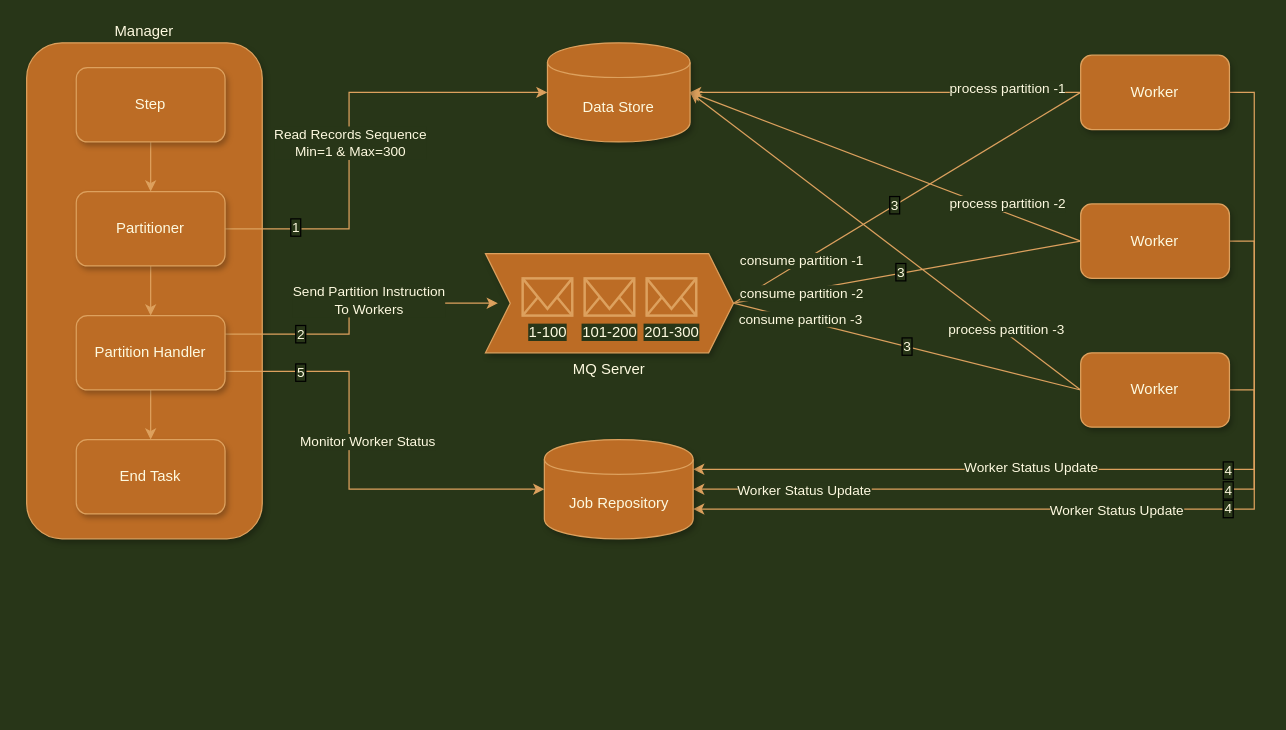
This is spring-batch-parallel-processing.drawio from selva-dharmaraj/draw, a draw.io file, before an edit. Source tidied: cells renumbered, new cells numbered last; positions are measured from the earlier drawing's top-left corner, leaving out a move shared by most shapes. Both pictures are drawn from the tidied source at 124%, with x=0, y=0 at pixel (26, 42).
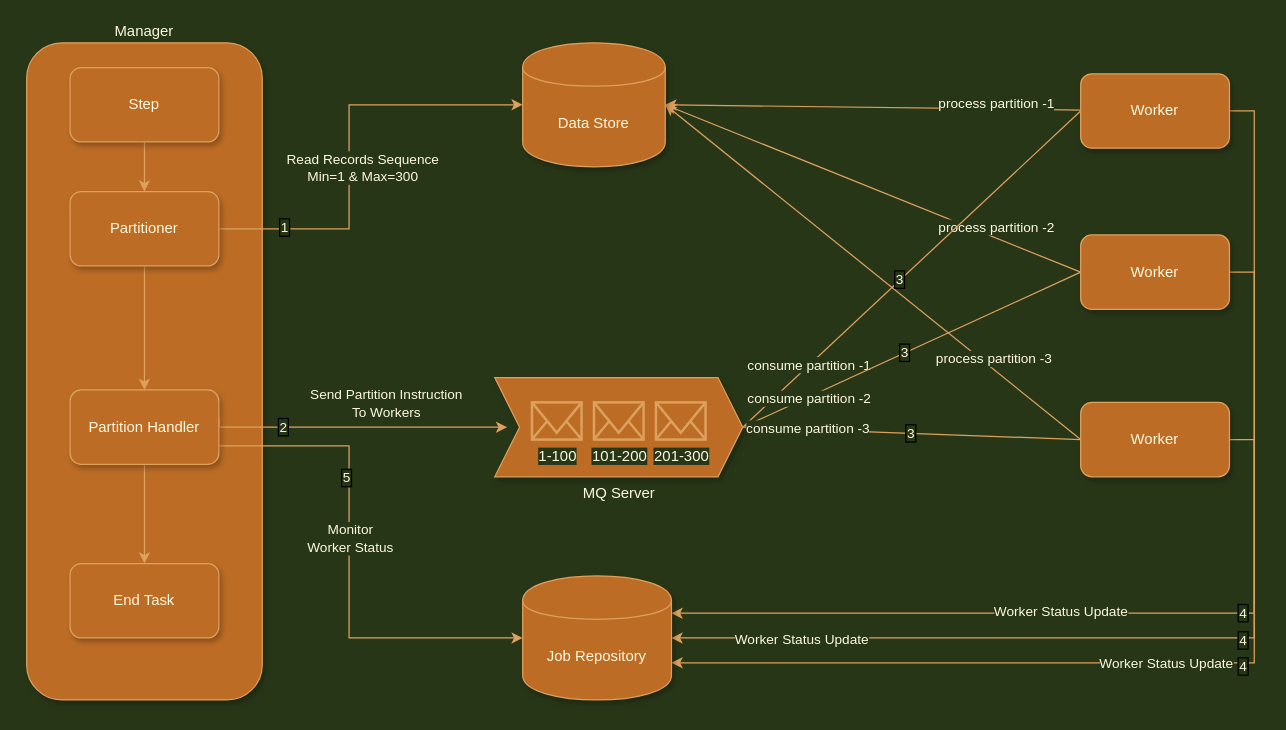
The same page after the edit.

The change refers to these unchanged cells:
```xml
<mxCell id="3" style="rounded=0;comic=0;jettySize=auto;html=1;entryX=1;entryY=0.3;entryDx=0;entryDy=0;exitX=1;exitY=0.5;exitDx=0;exitDy=0;edgeStyle=orthogonalEdgeStyle;labelBorderColor=none;labelBackgroundColor=#283618;strokeColor=#DDA15E;fontColor=#FEFAE0;" parent="1" edge="1" source="8" target="44">
  <mxGeometry relative="1" as="geometry" />
</mxCell>
<mxCell id="9" style="rounded=0;comic=0;jettySize=auto;html=1;entryX=1;entryY=0.7;entryDx=0;entryDy=0;exitX=1;exitY=0.5;exitDx=0;exitDy=0;edgeStyle=orthogonalEdgeStyle;labelBorderColor=none;labelBackgroundColor=#283618;strokeColor=#DDA15E;fontColor=#FEFAE0;" parent="1" edge="1" source="14" target="44">
  <mxGeometry relative="1" as="geometry" />
</mxCell>
<mxCell id="15" style="rounded=0;comic=0;jettySize=auto;html=1;entryX=1;entryY=0.5;entryDx=0;entryDy=0;exitX=1;exitY=0.5;exitDx=0;exitDy=0;elbow=vertical;edgeStyle=orthogonalEdgeStyle;labelBorderColor=none;labelBackgroundColor=#283618;strokeColor=#DDA15E;fontColor=#FEFAE0;" parent="1" edge="1" source="20" target="44">
  <mxGeometry relative="1" as="geometry" />
</mxCell>
```

The edit, as a diff of the source:
```diff
@@
     <mxCell id="2" value="Manager" style="rounded=1;whiteSpace=wrap;html=1;shadow=1;labelPosition=center;verticalLabelPosition=top;align=center;verticalAlign=bottom;labelBorderColor=none;fillColor=#BC6C25;strokeColor=#DDA15E;fontColor=#FEFAE0;" parent="1" vertex="1">
-      <mxGeometry width="190" height="400" as="geometry" />
+      <mxGeometry width="190" height="530" as="geometry" />
     </mxCell>
@@
     <mxCell id="5" value="4" style="edgeLabel;html=1;align=center;verticalAlign=middle;labelBorderColor=#000000;labelBackgroundColor=#283618;fontColor=#FEFAE0;" parent="3" vertex="1">
-      <mxGeometry x="-0.11" relative="1" as="geometry" />
+      <mxGeometry x="-0.11" relative="1" as="geometry">
+        <mxPoint x="-10" y="26" as="offset" />
+      </mxGeometry>
     </mxCell>
@@
     <mxCell id="8" value="Worker" style="rounded=1;whiteSpace=wrap;html=1;labelBorderColor=none;shadow=1;fillColor=#BC6C25;strokeColor=#DDA15E;fontColor=#FEFAE0;" parent="1" vertex="1">
-      <mxGeometry x="850" y="10" width="120" height="60" as="geometry" />
+      <mxGeometry x="850" y="25" width="120" height="60" as="geometry" />
     </mxCell>
@@
     <mxCell id="11" value="4" style="edgeLabel;html=1;align=center;verticalAlign=middle;labelBorderColor=#000000;labelBackgroundColor=#283618;fontColor=#FEFAE0;" parent="9" vertex="1">
-      <mxGeometry x="-0.25" y="-1" relative="1" as="geometry" />
+      <mxGeometry x="-0.25" y="-1" relative="1" as="geometry">
+        <mxPoint x="-9" y="35" as="offset" />
+      </mxGeometry>
     </mxCell>
@@
     <mxCell id="14" value="Worker" style="rounded=1;whiteSpace=wrap;html=1;labelBorderColor=none;shadow=1;fillColor=#BC6C25;strokeColor=#DDA15E;fontColor=#FEFAE0;" parent="1" vertex="1">
-      <mxGeometry x="850" y="130" width="120" height="60" as="geometry" />
+      <mxGeometry x="850" y="155" width="120" height="60" as="geometry" />
     </mxCell>
@@
     <mxCell id="17" value="4" style="edgeLabel;html=1;align=center;verticalAlign=middle;labelBorderColor=#000000;labelBackgroundColor=#283618;fontColor=#FEFAE0;" parent="15" vertex="1">
-      <mxGeometry x="-0.56" relative="1" as="geometry" />
+      <mxGeometry x="-0.56" relative="1" as="geometry">
+        <mxPoint x="-10" y="38" as="offset" />
+      </mxGeometry>
     </mxCell>
@@
     <mxCell id="20" value="Worker" style="rounded=1;whiteSpace=wrap;html=1;labelBorderColor=none;shadow=1;fillColor=#BC6C25;strokeColor=#DDA15E;fontColor=#FEFAE0;" parent="1" vertex="1">
-      <mxGeometry x="850" y="250" width="120" height="60" as="geometry" />
+      <mxGeometry x="850" y="290" width="120" height="60" as="geometry" />
     </mxCell>
@@
     <mxCell id="22" value="Step" style="rounded=1;whiteSpace=wrap;html=1;labelBorderColor=none;shadow=1;fillColor=#BC6C25;strokeColor=#DDA15E;fontColor=#FEFAE0;" parent="1" vertex="1">
-      <mxGeometry x="40" y="20" width="120" height="60" as="geometry" />
+      <mxGeometry x="35" y="20" width="120" height="60" as="geometry" />
     </mxCell>
@@
     <mxCell id="24" style="edgeStyle=orthogonalEdgeStyle;rounded=0;comic=0;jettySize=auto;html=1;entryX=0;entryY=0.5;entryDx=0;entryDy=0;labelBorderColor=none;labelBackgroundColor=#283618;strokeColor=#DDA15E;fontColor=#FEFAE0;" parent="1" edge="1" source="27" target="46">
       <mxGeometry relative="1" as="geometry">
         <Array as="points">
           <mxPoint x="260" y="150" />
-          <mxPoint x="260" y="40" />
+          <mxPoint x="260" y="50" />
         </Array>
       </mxGeometry>
     </mxCell>
     <mxCell id="25" value="Read Records Sequence&lt;br&gt;Min=1 &amp;amp; Max=300" style="edgeLabel;html=1;align=center;verticalAlign=middle;labelBorderColor=none;labelBackgroundColor=#283618;fontColor=#FEFAE0;" parent="24" vertex="1">
       <mxGeometry x="0.49" relative="1" as="geometry">
-        <mxPoint x="-65.4" y="40" as="offset" />
+        <mxPoint x="-42" y="50" as="offset" />
       </mxGeometry>
     </mxCell>
@@
     <mxCell id="27" value="Partitioner" style="rounded=1;whiteSpace=wrap;html=1;labelBorderColor=none;shadow=1;fillColor=#BC6C25;strokeColor=#DDA15E;fontColor=#FEFAE0;" parent="1" vertex="1">
-      <mxGeometry x="40" y="120" width="120" height="60" as="geometry" />
+      <mxGeometry x="35" y="120" width="120" height="60" as="geometry" />
     </mxCell>
-    <mxCell id="28" style="edgeStyle=orthogonalEdgeStyle;rounded=0;jettySize=auto;html=1;comic=0;entryX=0.05;entryY=0.5;entryDx=0;entryDy=0;entryPerimeter=0;labelBorderColor=none;exitX=1;exitY=0.25;exitDx=0;exitDy=0;labelBackgroundColor=#283618;strokeColor=#DDA15E;fontColor=#FEFAE0;" parent="1" edge="1" source="35" target="47">
+    <mxCell id="28" style="edgeStyle=orthogonalEdgeStyle;rounded=0;jettySize=auto;html=1;comic=0;entryX=0.05;entryY=0.5;entryDx=0;entryDy=0;entryPerimeter=0;labelBorderColor=none;labelBackgroundColor=#283618;strokeColor=#DDA15E;fontColor=#FEFAE0;exitX=1.003;exitY=0.375;exitDx=0;exitDy=0;exitPerimeter=0;" parent="1" edge="1" source="35" target="47">
       <mxGeometry relative="1" as="geometry">
         <Array as="points">
-          <mxPoint x="260" y="235" />
-          <mxPoint x="260" y="210" />
+          <mxPoint x="155" y="310" />
         </Array>
       </mxGeometry>
     </mxCell>
     <mxCell id="29" value="Send Partition Instruction&lt;br&gt;To Workers" style="edgeLabel;html=1;align=center;verticalAlign=middle;labelBorderColor=none;labelBackgroundColor=#283618;fontColor=#FEFAE0;" parent="28" vertex="1">
       <mxGeometry x="-0.17" y="-1" relative="1" as="geometry">
-        <mxPoint x="14" y="-26" as="offset" />
+        <mxPoint x="43" y="-21" as="offset" />
       </mxGeometry>
     </mxCell>
@@
     <mxCell id="32" style="edgeStyle=orthogonalEdgeStyle;rounded=0;comic=0;jettySize=auto;html=1;entryX=0;entryY=0.5;entryDx=0;entryDy=0;elbow=vertical;labelBorderColor=none;exitX=1;exitY=0.75;exitDx=0;exitDy=0;labelBackgroundColor=#283618;strokeColor=#DDA15E;fontColor=#FEFAE0;" parent="1" edge="1" source="35" target="44">
       <mxGeometry relative="1" as="geometry">
         <Array as="points">
-          <mxPoint x="260" y="265" />
-          <mxPoint x="260" y="360" />
+          <mxPoint x="260" y="325" />
+          <mxPoint x="260" y="480" />
         </Array>
       </mxGeometry>
     </mxCell>
-    <mxCell id="33" value="Monitor Worker Status" style="edgeLabel;html=1;align=center;verticalAlign=middle;labelBorderColor=none;labelBackgroundColor=#283618;fontColor=#FEFAE0;" parent="32" vertex="1">
+    <mxCell id="33" value="Monitor&lt;br&gt;Worker Status" style="edgeLabel;html=1;align=center;verticalAlign=middle;labelBorderColor=none;labelBackgroundColor=#283618;fontColor=#FEFAE0;" parent="32" vertex="1">
       <mxGeometry x="-0.03" y="5" relative="1" as="geometry">
-        <mxPoint x="9.4" y="-15" as="offset" />
+        <mxPoint x="-5" y="-15" as="offset" />
       </mxGeometry>
     </mxCell>
     <mxCell id="34" value="5" style="edgeLabel;html=1;align=center;verticalAlign=middle;labelBorderColor=#000000;labelBackgroundColor=#283618;fontColor=#FEFAE0;" parent="32" vertex="1">
-      <mxGeometry x="-0.66" relative="1" as="geometry" />
+      <mxGeometry x="-0.66" relative="1" as="geometry">
+        <mxPoint x="34" y="25" as="offset" />
+      </mxGeometry>
     </mxCell>
     <mxCell id="35" value="Partition Handler" style="rounded=1;whiteSpace=wrap;html=1;labelBorderColor=none;shadow=1;fillColor=#BC6C25;strokeColor=#DDA15E;fontColor=#FEFAE0;" parent="1" vertex="1">
-      <mxGeometry x="40" y="220" width="120" height="60" as="geometry" />
+      <mxGeometry x="35" y="280" width="120" height="60" as="geometry" />
     </mxCell>
@@
     <mxCell id="44" value="Job Repository" style="shape=cylinder;whiteSpace=wrap;html=1;boundedLbl=1;backgroundOutline=1;shadow=1;labelBorderColor=none;fillColor=#BC6C25;strokeColor=#DDA15E;fontColor=#FEFAE0;" parent="1" vertex="1">
-      <mxGeometry x="417.5" y="320" width="120" height="80" as="geometry" />
+      <mxGeometry x="400" y="430" width="120" height="100" as="geometry" />
     </mxCell>
     <mxCell id="45" value="End Task" style="rounded=1;whiteSpace=wrap;html=1;shadow=1;labelBorderColor=none;fillColor=#BC6C25;strokeColor=#DDA15E;fontColor=#FEFAE0;" parent="1" vertex="1">
-      <mxGeometry x="40" y="320" width="120" height="60" as="geometry" />
+      <mxGeometry x="35" y="420" width="120" height="60" as="geometry" />
     </mxCell>
     <mxCell id="46" value="Data Store" style="shape=cylinder;whiteSpace=wrap;html=1;boundedLbl=1;backgroundOutline=1;shadow=1;labelBorderColor=none;fillColor=#BC6C25;strokeColor=#DDA15E;fontColor=#FEFAE0;" parent="1" vertex="1">
-      <mxGeometry x="420" width="115" height="80" as="geometry" />
+      <mxGeometry x="400" width="115" height="100" as="geometry" />
     </mxCell>
     <mxCell id="47" value="MQ Server" style="shape=step;perimeter=stepPerimeter;whiteSpace=wrap;html=1;fixedSize=1;shadow=1;labelPosition=center;verticalLabelPosition=bottom;align=center;verticalAlign=top;labelBorderColor=none;fillColor=#BC6C25;strokeColor=#DDA15E;fontColor=#FEFAE0;" parent="1" vertex="1">
-      <mxGeometry x="370" y="170" width="200" height="80" as="geometry" />
+      <mxGeometry x="377.5" y="270" width="200" height="80" as="geometry" />
     </mxCell>
     <mxCell id="48" value="1-100" style="html=1;verticalLabelPosition=bottom;align=center;verticalAlign=top;strokeWidth=2;strokeColor=#DDA15E;shadow=0;dashed=0;shape=mxgraph.ios7.icons.mail;labelBorderColor=none;labelBackgroundColor=#283618;fillColor=#BC6C25;fontColor=#FEFAE0;" parent="1" vertex="1">
-      <mxGeometry x="400" y="190" width="40" height="30" as="geometry" />
+      <mxGeometry x="407.5" y="290" width="40" height="30" as="geometry" />
     </mxCell>
     <mxCell id="49" value="101-200" style="html=1;verticalLabelPosition=bottom;align=center;verticalAlign=top;strokeWidth=2;strokeColor=#DDA15E;shadow=0;dashed=0;shape=mxgraph.ios7.icons.mail;labelBorderColor=none;labelBackgroundColor=#283618;fillColor=#BC6C25;fontColor=#FEFAE0;" parent="1" vertex="1">
-      <mxGeometry x="450" y="190" width="40" height="30" as="geometry" />
+      <mxGeometry x="457.5" y="290" width="40" height="30" as="geometry" />
     </mxCell>
     <mxCell id="50" value="201-300" style="html=1;verticalLabelPosition=bottom;align=center;verticalAlign=top;strokeWidth=2;strokeColor=#DDA15E;shadow=0;dashed=0;shape=mxgraph.ios7.icons.mail;labelBorderColor=none;labelBackgroundColor=#283618;fillColor=#BC6C25;fontColor=#FEFAE0;" parent="1" vertex="1">
-      <mxGeometry x="500" y="190" width="40" height="30" as="geometry" />
+      <mxGeometry x="507.5" y="290" width="40" height="30" as="geometry" />
     </mxCell>
```
